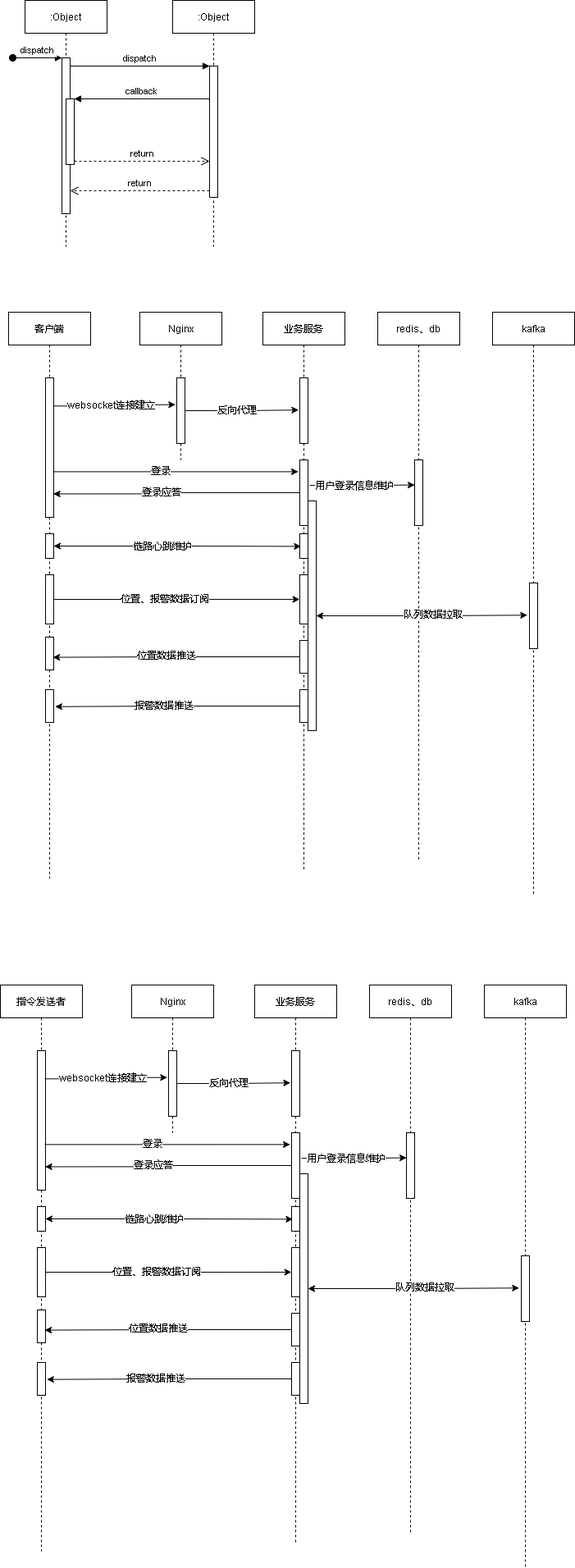
Earlier version of the draw.io export cgopro关键业务.drawio.png (xktder/draw). Source tidied: cells renumbered, new cells last; positions are measured from the earlier drawing's top-left corner, leaving out a move shared by most shapes.
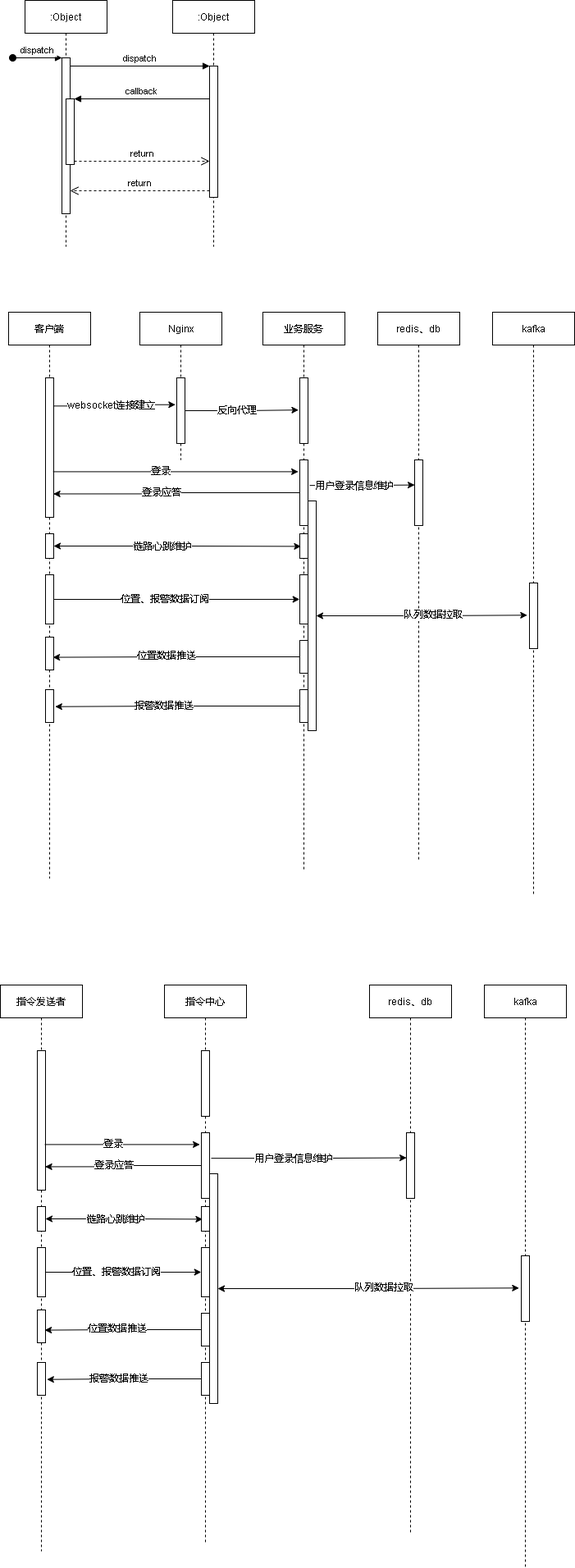
Later version of the same file.

Commit message:
更新cgopro关键业务.drawio.png

The edit, as a diff of the source:
```diff
@@ -174,14 +174,8 @@
     <mxCell id="57" style="points=[];perimeter=orthogonalPerimeter;rounded=0;shadow=0;strokeWidth=1;" parent="52" vertex="1">
       <mxGeometry x="45" y="460" width="10" height="40" as="geometry" />
     </mxCell>
-    <mxCell id="58" value="Nginx" style="shape=umlLifeline;perimeter=lifelinePerimeter;rounded=0;shadow=0;strokeWidth=1;" parent="1" vertex="1">
-      <mxGeometry x="160" y="1200" width="100" height="180" as="geometry" />
-    </mxCell>
-    <mxCell id="59" style="points=[];perimeter=orthogonalPerimeter;rounded=0;shadow=0;strokeWidth=1;" parent="58" vertex="1">
-      <mxGeometry x="45" y="80" width="10" height="80" as="geometry" />
-    </mxCell>
-    <mxCell id="60" value="业务服务" style="shape=umlLifeline;perimeter=lifelinePerimeter;rounded=0;shadow=0;strokeWidth=1;" parent="1" vertex="1">
-      <mxGeometry x="310" y="1200" width="100" height="680" as="geometry" />
+    <mxCell id="60" value="指令中心" style="shape=umlLifeline;perimeter=lifelinePerimeter;rounded=0;shadow=0;strokeWidth=1;" parent="1" vertex="1">
+      <mxGeometry x="200" y="1200" width="100" height="680" as="geometry" />
     </mxCell>
     <mxCell id="61" style="points=[];perimeter=orthogonalPerimeter;rounded=0;shadow=0;strokeWidth=1;" parent="60" vertex="1">
       <mxGeometry x="45" y="80" width="10" height="80" as="geometry" />
@@ -216,18 +210,6 @@
     <mxCell id="71" style="points=[];perimeter=orthogonalPerimeter;rounded=0;shadow=0;strokeWidth=1;" parent="70" vertex="1">
       <mxGeometry x="45" y="330" width="10" height="80" as="geometry" />
     </mxCell>
-    <mxCell id="72" style="edgeStyle=orthogonalEdgeStyle;rounded=0;jettySize=auto;html=1;entryX=-0.167;entryY=0.409;entryDx=0;entryDy=0;entryPerimeter=0;exitX=0.938;exitY=0.202;exitDx=0;exitDy=0;exitPerimeter=0;" parent="1" edge="1" source="53" target="59">
-      <mxGeometry relative="1" as="geometry" />
-    </mxCell>
-    <mxCell id="73" value="websocket连接建立" style="edgeLabel;html=1;align=center;verticalAlign=middle;" parent="72" vertex="1">
-      <mxGeometry x="-0.07" y="1" relative="1" as="geometry" />
-    </mxCell>
-    <mxCell id="74" style="edgeStyle=orthogonalEdgeStyle;rounded=0;jettySize=auto;html=1;entryX=-0.157;entryY=0.49;entryDx=0;entryDy=0;entryPerimeter=0;" parent="1" edge="1" source="59" target="61">
-      <mxGeometry relative="1" as="geometry" />
-    </mxCell>
-    <mxCell id="75" value="反向代理" style="edgeLabel;html=1;align=center;verticalAlign=middle;" parent="74" vertex="1">
-      <mxGeometry x="-0.1" y="1" relative="1" as="geometry" />
-    </mxCell>
     <mxCell id="76" style="edgeStyle=orthogonalEdgeStyle;rounded=0;jettySize=auto;html=1;entryX=-0.19;entryY=0.18;entryDx=0;entryDy=0;entryPerimeter=0;exitX=0.907;exitY=0.673;exitDx=0;exitDy=0;exitPerimeter=0;" parent="1" edge="1" source="53" target="62">
       <mxGeometry relative="1" as="geometry" />
     </mxCell>
```
